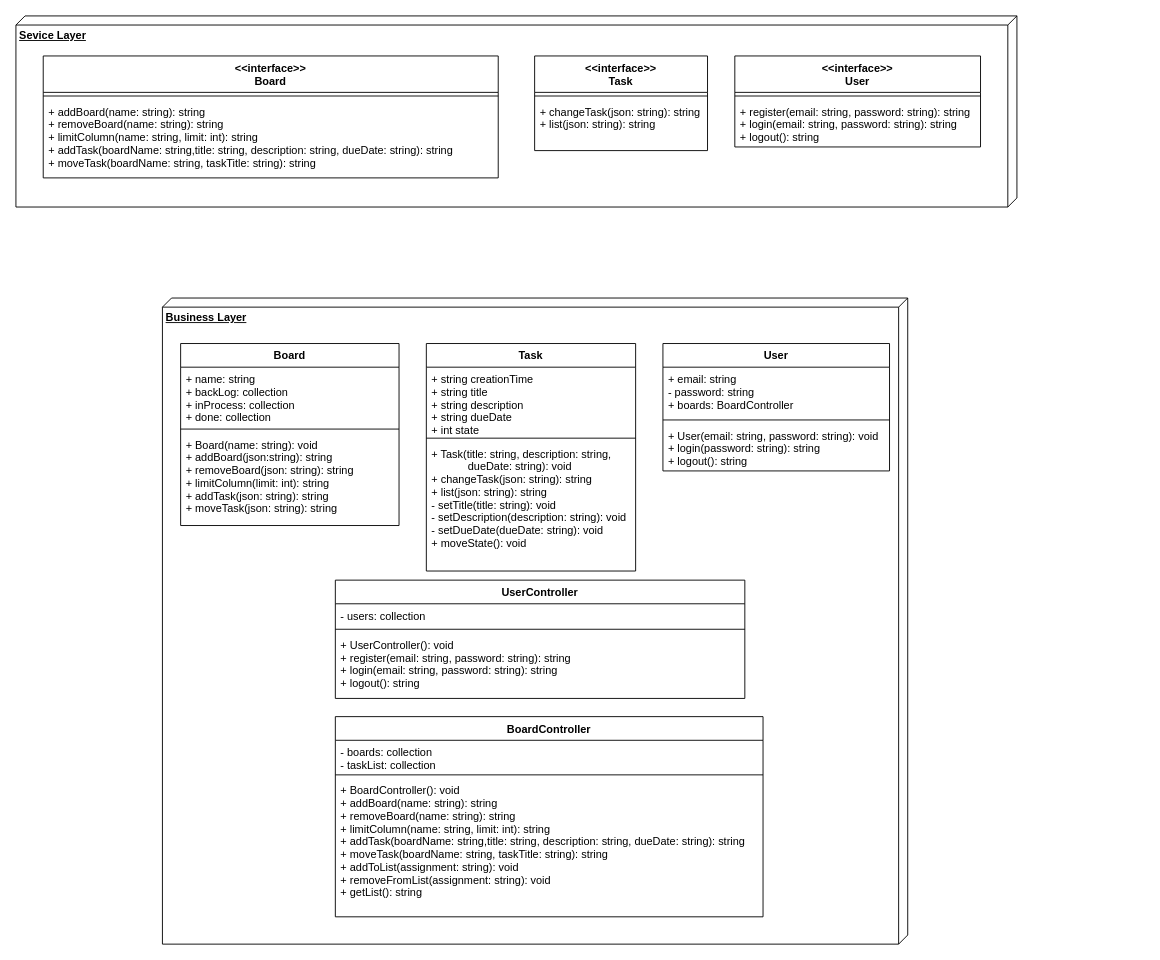
This is KanbanDesign1.drawio from danelboikis/KanbanSEAssignment, a draw.io file, before an edit. Source tidied: cells renumbered, new cells numbered last; positions are measured from the earlier drawing's top-left corner, leaving out a move shared by most shapes. Both pictures are drawn from the tidied source at 91%, with x=0, y=0 at pixel (15, 15).
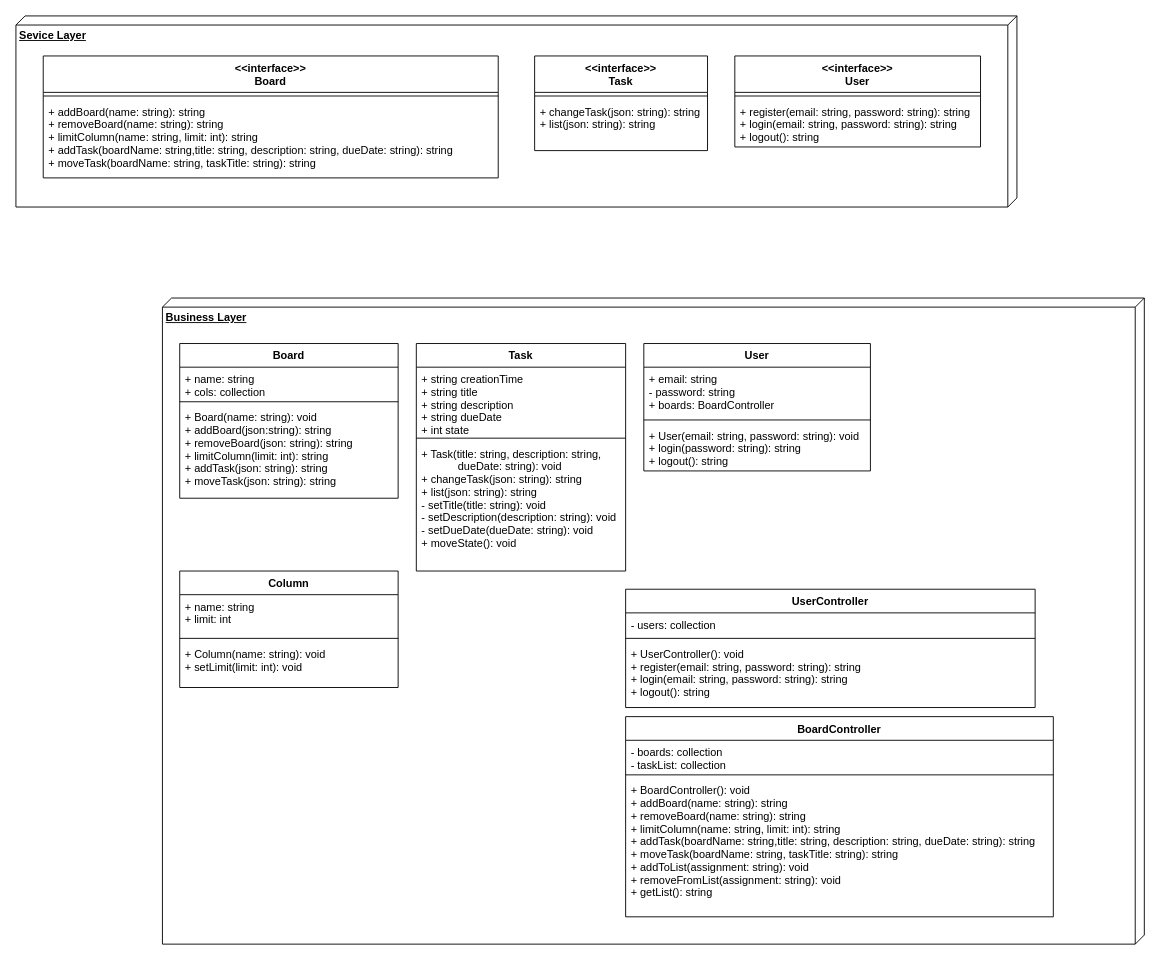
After the change.

The edit, as a diff of the source:
```diff
@@
     <mxCell id="9" value="&lt;b&gt;Business Layer&lt;/b&gt;" style="verticalAlign=top;align=left;spacingTop=8;spacingLeft=2;spacingRight=12;shape=cube;size=10;direction=south;fontStyle=4;html=1;" parent="1" vertex="1">
-      <mxGeometry x="161" y="310" width="819" height="710" as="geometry" />
+      <mxGeometry x="161" y="310" width="1079" height="710" as="geometry" />
     </mxCell>
     <mxCell id="10" value="UserController" style="swimlane;fontStyle=1;align=center;verticalAlign=top;horizontal=1;startSize=26;" parent="1" vertex="1">
-      <mxGeometry x="351" y="620" width="450" height="130" as="geometry" />
+      <mxGeometry x="670" y="630" width="450" height="130" as="geometry" />
     </mxCell>
@@
     <mxCell id="14" value="User" style="swimlane;fontStyle=1;align=center;verticalAlign=top;horizontal=1;startSize=26;" parent="1" vertex="1">
-      <mxGeometry x="711" y="360" width="249" height="140" as="geometry" />
+      <mxGeometry x="690" y="360" width="249" height="140" as="geometry" />
     </mxCell>
@@
     <mxCell id="18" value="Task" style="swimlane;fontStyle=1;align=center;verticalAlign=top;horizontal=1;startSize=26;" parent="1" vertex="1">
-      <mxGeometry x="451" y="360" width="230" height="250" as="geometry" />
+      <mxGeometry x="440" y="360" width="230" height="250" as="geometry" />
     </mxCell>
@@
     <mxCell id="22" value="Board" style="swimlane;fontStyle=1;align=center;verticalAlign=top;horizontal=1;startSize=26;" parent="1" vertex="1">
-      <mxGeometry x="181" y="360" width="240" height="200" as="geometry" />
+      <mxGeometry x="180" y="360" width="240" height="170" as="geometry" />
     </mxCell>
-    <mxCell id="23" value="+ name: string&#10;+ backLog: collection&#10;+ inProcess: collection&#10;+ done: collection" style="text;strokeColor=none;fillColor=none;align=left;verticalAlign=top;spacingLeft=4;spacingRight=4;overflow=hidden;" parent="22" vertex="1">
-      <mxGeometry y="26" width="240" height="64" as="geometry" />
+    <mxCell id="23" value="+ name: string&#10;+ cols: collection" style="text;strokeColor=none;fillColor=none;align=left;verticalAlign=top;spacingLeft=4;spacingRight=4;overflow=hidden;" parent="22" vertex="1">
+      <mxGeometry y="26" width="240" height="34" as="geometry" />
     </mxCell>
     <mxCell id="24" style="line;strokeWidth=1;fillColor=none;align=left;verticalAlign=middle;spacingTop=-1;spacingLeft=3;spacingRight=3;labelPosition=right;" parent="22" vertex="1">
-      <mxGeometry y="90" width="240" height="8" as="geometry" />
+      <mxGeometry y="60" width="240" height="8" as="geometry" />
     </mxCell>
     <mxCell id="25" value="+ Board(name: string): void&#10;+ addBoard(json:string): string&#10;+ removeBoard(json: string): string&#10;+ limitColumn(limit: int): string&#10;+ addTask(json: string): string&#10;+ moveTask(json: string): string" style="text;strokeColor=none;fillColor=none;align=left;verticalAlign=top;spacingLeft=4;spacingRight=4;overflow=hidden;" parent="22" vertex="1">
-      <mxGeometry y="98" width="240" height="102" as="geometry" />
+      <mxGeometry y="68" width="240" height="102" as="geometry" />
     </mxCell>
     <mxCell id="26" value="BoardController" style="swimlane;fontStyle=1;align=center;verticalAlign=top;horizontal=1;startSize=26;" parent="1" vertex="1">
-      <mxGeometry x="351" y="770" width="470" height="220" as="geometry" />
+      <mxGeometry x="670" y="770" width="470" height="220" as="geometry" />
     </mxCell>
@@
+    <mxCell id="33" value="Column" style="swimlane;fontStyle=1;align=center;verticalAlign=top;horizontal=1;startSize=26;" parent="1" vertex="1">
+      <mxGeometry x="180" y="610" width="240" height="128" as="geometry" />
+    </mxCell>
+    <mxCell id="34" value="+ name: string&#10;+ limit: int" style="text;strokeColor=none;fillColor=none;align=left;verticalAlign=top;spacingLeft=4;spacingRight=4;overflow=hidden;" parent="33" vertex="1">
+      <mxGeometry y="26" width="240" height="44" as="geometry" />
+    </mxCell>
+    <mxCell id="35" style="line;strokeWidth=1;fillColor=none;align=left;verticalAlign=middle;spacingTop=-1;spacingLeft=3;spacingRight=3;labelPosition=right;" parent="33" vertex="1">
+      <mxGeometry y="70" width="240" height="8" as="geometry" />
+    </mxCell>
+    <mxCell id="36" value="+ Column(name: string): void&#10;+ setLimit(limit: int): void&#10;" style="text;strokeColor=none;fillColor=none;align=left;verticalAlign=top;spacingLeft=4;spacingRight=4;overflow=hidden;" parent="33" vertex="1">
+      <mxGeometry y="78" width="240" height="50" as="geometry" />
+    </mxCell>
```
